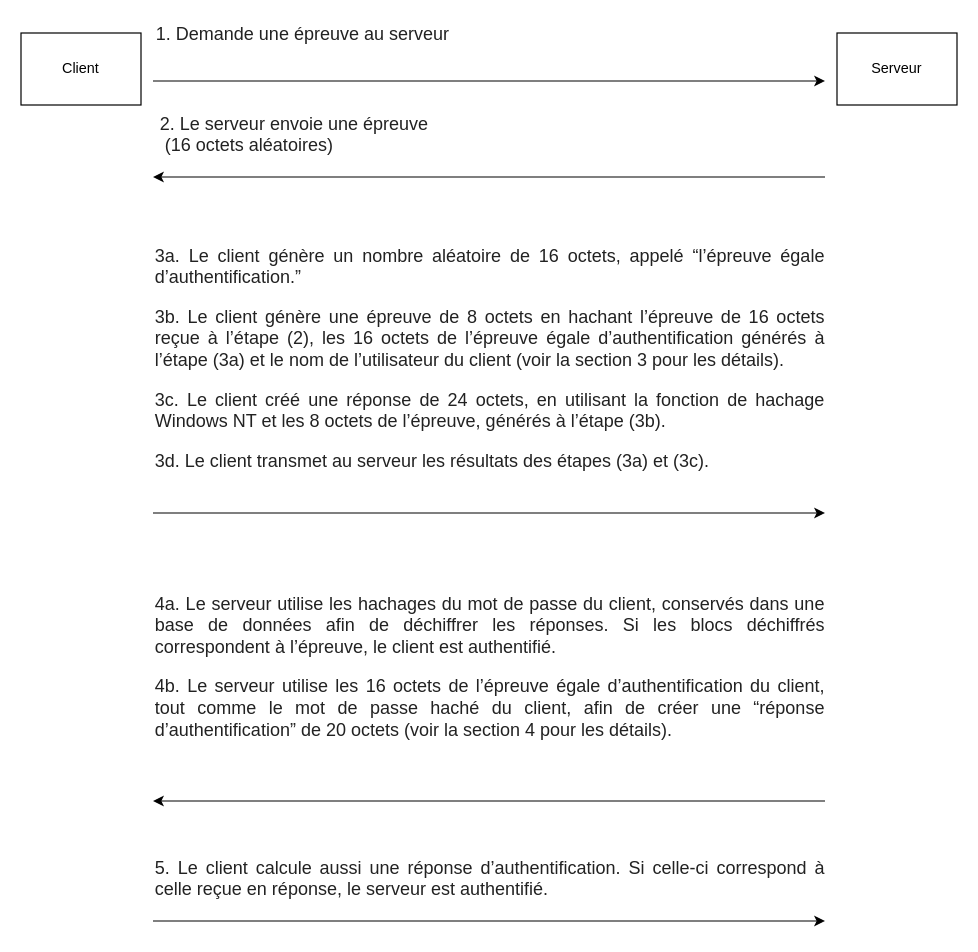
This is ms_chap.drawio from Gomonriou/Radius, a draw.io file, before an edit. Source tidied: cells renumbered, new cells numbered last; positions are measured from the earlier drawing's top-left corner, leaving out a move shared by most shapes. Both pictures are drawn from the tidied source at 120%, with x=0, y=0 at pixel (20, 20).
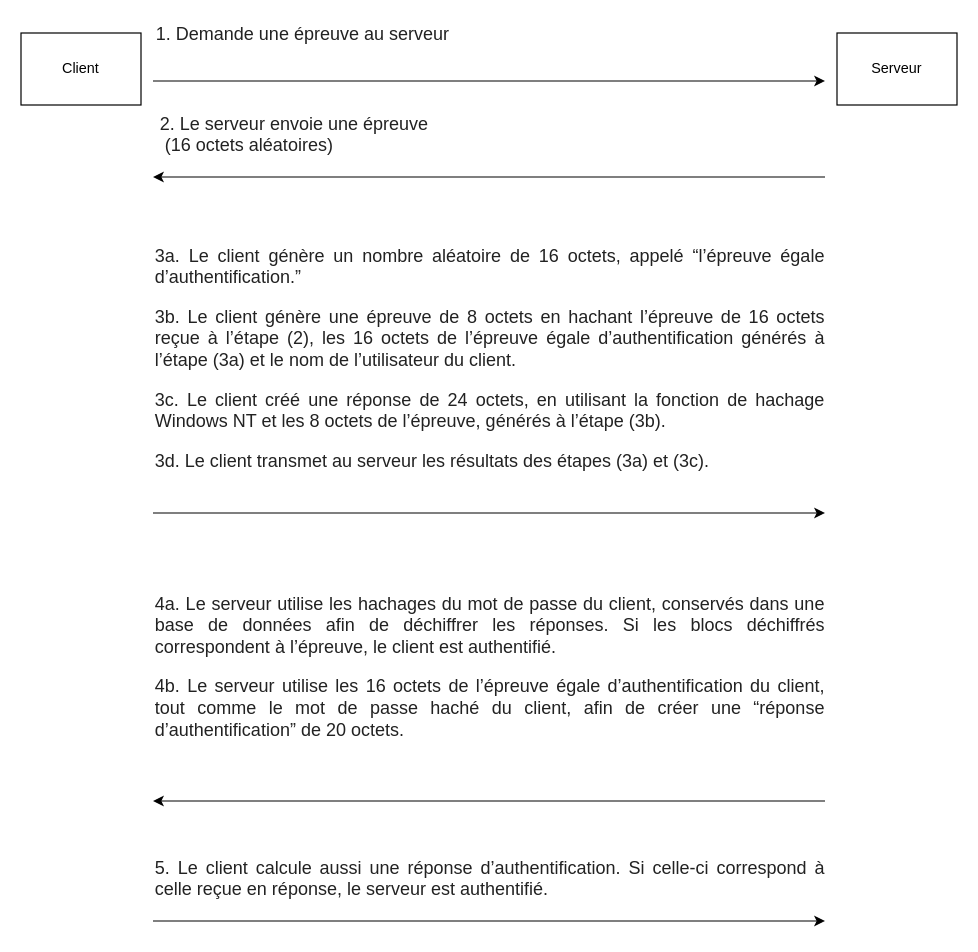
The same page after the edit.

What changed in the source:
```diff
@@
-    <mxCell id="7" value="&lt;p style=&quot;text-align: justify ; margin: 0px 0px 1em ; padding: 0px ; border: 0px ; color: rgb(34 , 34 , 34) ; font-family: &amp;#34;helvetica&amp;#34; , &amp;#34;arial&amp;#34; , sans-serif ; font-size: 15px ; font-style: normal ; font-weight: 400 ; letter-spacing: normal ; text-indent: 0px ; text-transform: none ; word-spacing: 0px&quot;&gt;3a. Le client génère un nombre aléatoire de 16 octets, appelé “l’épreuve égale d’authentification.”&lt;/p&gt;&lt;p style=&quot;text-align: justify ; margin: 0px 0px 1em ; padding: 0px ; border: 0px ; color: rgb(34 , 34 , 34) ; font-family: &amp;#34;helvetica&amp;#34; , &amp;#34;arial&amp;#34; , sans-serif ; font-size: 15px ; font-style: normal ; font-weight: 400 ; letter-spacing: normal ; text-indent: 0px ; text-transform: none ; word-spacing: 0px&quot;&gt;3b. Le client génère une épreuve de 8 octets en hachant l’épreuve de 16 octets reçue à l’étape (2), les 16 octets de l’épreuve égale d’authentification générés à l’étape (3a) et le nom de l’utilisateur du client (voir la section 3 pour les détails).&lt;/p&gt;&lt;p style=&quot;text-align: justify ; margin: 0px 0px 1em ; padding: 0px ; border: 0px ; color: rgb(34 , 34 , 34) ; font-family: &amp;#34;helvetica&amp;#34; , &amp;#34;arial&amp;#34; , sans-serif ; font-size: 15px ; font-style: normal ; font-weight: 400 ; letter-spacing: normal ; text-indent: 0px ; text-transform: none ; word-spacing: 0px&quot;&gt;3c. Le client créé une réponse de 24 octets, en utilisant la fonction de hachage Windows NT et les 8 octets de l’épreuve, générés à l’étape (3b).&amp;nbsp;&lt;/p&gt;&lt;p style=&quot;text-align: justify ; margin: 0px 0px 1em ; padding: 0px ; border: 0px ; color: rgb(34 , 34 , 34) ; font-family: &amp;#34;helvetica&amp;#34; , &amp;#34;arial&amp;#34; , sans-serif ; font-size: 15px ; font-style: normal ; font-weight: 400 ; letter-spacing: normal ; text-indent: 0px ; text-transform: none ; word-spacing: 0px&quot;&gt;3d. Le client transmet au serveur les résultats des étapes (3a) et (3c).&lt;/p&gt;" style="text;whiteSpace=wrap;html=1;" parent="1" vertex="1">
+    <mxCell id="7" value="&lt;p style=&quot;text-align: justify ; margin: 0px 0px 1em ; padding: 0px ; border: 0px ; color: rgb(34 , 34 , 34) ; font-family: &amp;#34;helvetica&amp;#34; , &amp;#34;arial&amp;#34; , sans-serif ; font-size: 15px ; font-style: normal ; font-weight: 400 ; letter-spacing: normal ; text-indent: 0px ; text-transform: none ; word-spacing: 0px&quot;&gt;3a. Le client génère un nombre aléatoire de 16 octets, appelé “l’épreuve égale d’authentification.”&lt;/p&gt;&lt;p style=&quot;text-align: justify ; margin: 0px 0px 1em ; padding: 0px ; border: 0px ; color: rgb(34 , 34 , 34) ; font-family: &amp;#34;helvetica&amp;#34; , &amp;#34;arial&amp;#34; , sans-serif ; font-size: 15px ; font-style: normal ; font-weight: 400 ; letter-spacing: normal ; text-indent: 0px ; text-transform: none ; word-spacing: 0px&quot;&gt;3b. Le client génère une épreuve de 8 octets en hachant l’épreuve de 16 octets reçue à l’étape (2), les 16 octets de l’épreuve égale d’authentification générés à l’étape (3a) et le nom de l’utilisateur du client.&lt;/p&gt;&lt;p style=&quot;text-align: justify ; margin: 0px 0px 1em ; padding: 0px ; border: 0px ; color: rgb(34 , 34 , 34) ; font-family: &amp;#34;helvetica&amp;#34; , &amp;#34;arial&amp;#34; , sans-serif ; font-size: 15px ; font-style: normal ; font-weight: 400 ; letter-spacing: normal ; text-indent: 0px ; text-transform: none ; word-spacing: 0px&quot;&gt;3c. Le client créé une réponse de 24 octets, en utilisant la fonction de hachage Windows NT et les 8 octets de l’épreuve, générés à l’étape (3b).&amp;nbsp;&lt;/p&gt;&lt;p style=&quot;text-align: justify ; margin: 0px 0px 1em ; padding: 0px ; border: 0px ; color: rgb(34 , 34 , 34) ; font-family: &amp;#34;helvetica&amp;#34; , &amp;#34;arial&amp;#34; , sans-serif ; font-size: 15px ; font-style: normal ; font-weight: 400 ; letter-spacing: normal ; text-indent: 0px ; text-transform: none ; word-spacing: 0px&quot;&gt;3d. Le client transmet au serveur les résultats des étapes (3a) et (3c).&lt;/p&gt;" style="text;whiteSpace=wrap;html=1;" parent="1" vertex="1">
       <mxGeometry x="110" y="180" width="560" height="210" as="geometry" />
     </mxCell>
-    <mxCell id="8" value="&lt;p style=&quot;text-align: justify ; margin: 0px 0px 1em ; padding: 0px ; border: 0px ; color: rgb(34 , 34 , 34) ; font-family: &amp;#34;helvetica&amp;#34; , &amp;#34;arial&amp;#34; , sans-serif ; font-size: 15px ; font-style: normal ; font-weight: 400 ; letter-spacing: normal ; text-indent: 0px ; text-transform: none ; word-spacing: 0px&quot;&gt;4a. Le serveur utilise les hachages du mot de passe du client, conservés dans une base de données afin de déchiffrer les réponses. Si les blocs déchiffrés correspondent à l’épreuve, le client est authentifié.&lt;/p&gt;&lt;p style=&quot;text-align: justify ; margin: 0px 0px 1em ; padding: 0px ; border: 0px ; color: rgb(34 , 34 , 34) ; font-family: &amp;#34;helvetica&amp;#34; , &amp;#34;arial&amp;#34; , sans-serif ; font-size: 15px ; font-style: normal ; font-weight: 400 ; letter-spacing: normal ; text-indent: 0px ; text-transform: none ; word-spacing: 0px&quot;&gt;4b. Le serveur utilise les 16 octets de l’épreuve égale d’authentification du client, tout comme le mot de passe haché du client, afin de créer une “réponse d’authentification” de 20 octets (voir la section 4 pour les détails).&lt;/p&gt;" style="text;whiteSpace=wrap;html=1;" parent="1" vertex="1">
+    <mxCell id="8" value="&lt;p style=&quot;text-align: justify ; margin: 0px 0px 1em ; padding: 0px ; border: 0px ; color: rgb(34 , 34 , 34) ; font-family: &amp;#34;helvetica&amp;#34; , &amp;#34;arial&amp;#34; , sans-serif ; font-size: 15px ; font-style: normal ; font-weight: 400 ; letter-spacing: normal ; text-indent: 0px ; text-transform: none ; word-spacing: 0px&quot;&gt;4a. Le serveur utilise les hachages du mot de passe du client, conservés dans une base de données afin de déchiffrer les réponses. Si les blocs déchiffrés correspondent à l’épreuve, le client est authentifié.&lt;/p&gt;&lt;p style=&quot;text-align: justify ; margin: 0px 0px 1em ; padding: 0px ; border: 0px ; color: rgb(34 , 34 , 34) ; font-family: &amp;#34;helvetica&amp;#34; , &amp;#34;arial&amp;#34; , sans-serif ; font-size: 15px ; font-style: normal ; font-weight: 400 ; letter-spacing: normal ; text-indent: 0px ; text-transform: none ; word-spacing: 0px&quot;&gt;4b. Le serveur utilise les 16 octets de l’épreuve égale d’authentification du client, tout comme le mot de passe haché du client, afin de créer une “réponse d’authentification” de 20 octets.&lt;/p&gt;" style="text;whiteSpace=wrap;html=1;" parent="1" vertex="1">
       <mxGeometry x="110" y="470" width="560" height="170" as="geometry" />
     </mxCell>
```
